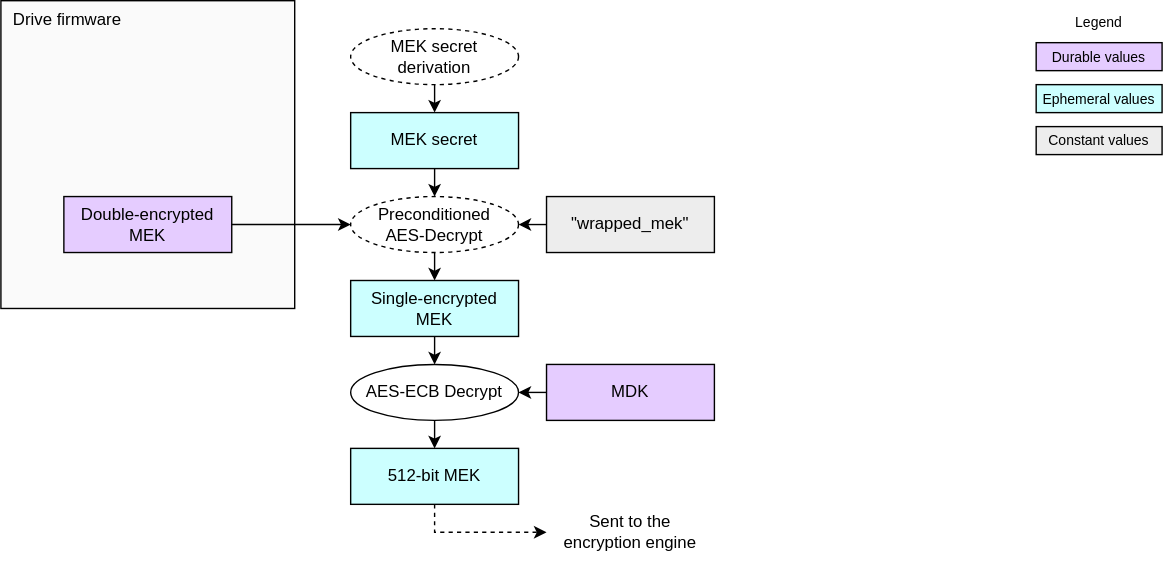
Before: doc/ocp_lock/diagrams/mek_load.drawio.svg, a diagram exported from draw.io (chipsalliance/Caliptra). Source tidied: cells renumbered, new cells last; positions are measured from the earlier drawing's top-left corner, leaving out a move shared by most shapes.
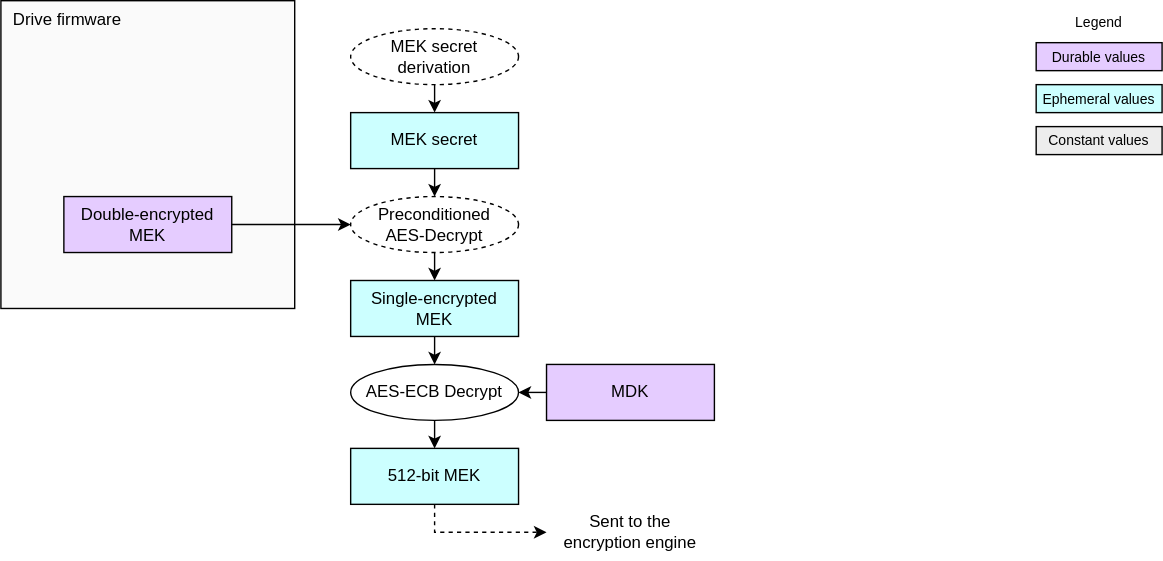
Later version of the same file.

Change to the diagram source:
```diff
@@ -44,12 +44,6 @@
     <mxCell id="15" value="Preconditioned&lt;div&gt;AES-Decrypt&lt;/div&gt;" style="ellipse;whiteSpace=wrap;html=1;fillColor=#FFFFFF;dashed=1;" parent="1" vertex="1">
       <mxGeometry x="250" y="140" width="120" height="40" as="geometry" />
     </mxCell>
-    <mxCell id="16" style="edgeStyle=none;html=1;exitX=0;exitY=0.5;exitDx=0;exitDy=0;entryX=1;entryY=0.5;entryDx=0;entryDy=0;" parent="1" edge="1" source="17" target="15">
-      <mxGeometry relative="1" as="geometry" />
-    </mxCell>
-    <mxCell id="17" value="&lt;div&gt;&lt;font color=&quot;#000000&quot;&gt;&quot;wrapped_mek&quot;&lt;/font&gt;&lt;/div&gt;" style="rounded=0;whiteSpace=wrap;html=1;align=center;verticalAlign=middle;shadow=0;glass=0;spacingLeft=0;spacingBottom=0;spacingTop=0;fillColor=#EDEDED;" parent="1" vertex="1">
-      <mxGeometry x="390" y="140" width="120" height="40" as="geometry" />
-    </mxCell>
     <mxCell id="18" value="&lt;div&gt;&lt;font color=&quot;#000000&quot;&gt;MEK secret&lt;/font&gt;&lt;/div&gt;" style="rounded=0;whiteSpace=wrap;html=1;align=center;verticalAlign=middle;shadow=0;glass=0;spacingLeft=0;spacingBottom=0;spacingTop=0;fillColor=#CCFFFF;" parent="1" vertex="1">
       <mxGeometry x="250" y="80" width="120" height="40" as="geometry" />
     </mxCell>
```
